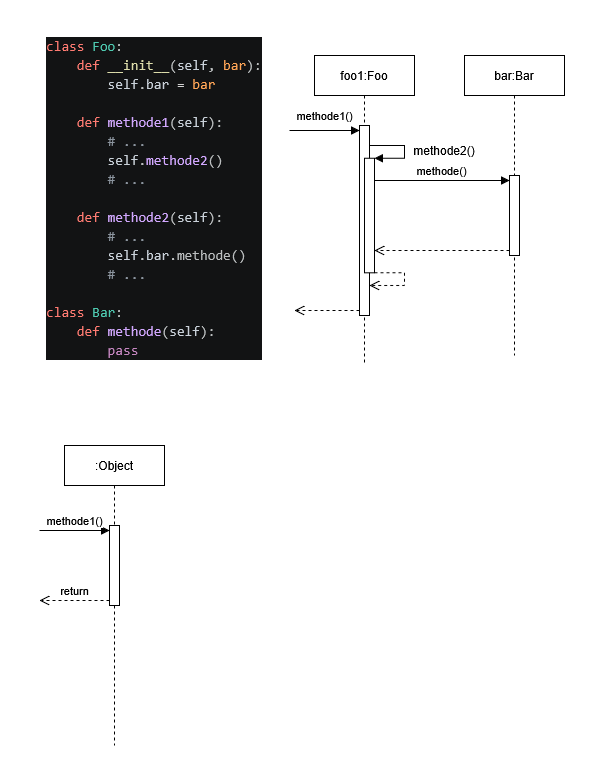
anbobm/TQ5-1 keeps this draw.io diagram as Kurstage/2026-04-02/Sequenzdiagramm.png. Above is the earlier version. Source tidied: cells renumbered, new cells last; positions are measured from the earlier drawing's top-left corner, leaving out a move shared by most shapes. Source of this version:
```xml
<mxGraphModel>
  <root>
    <mxCell id="0" />
    <mxCell id="1" parent="0" />
    <mxCell id="2" value="foo1:Foo" style="shape=umlLifeline;perimeter=lifelinePerimeter;whiteSpace=wrap;html=1;newEdgeStyle={&quot;curved&quot;:0,&quot;rounded&quot;:0};" parent="1" vertex="1">
      <mxGeometry x="275" y="25" width="100" height="310" as="geometry" />
    </mxCell>
    <mxCell id="3" style="html=1;points=[[0,0,0,0,5],[0,1,0,0,-5],[1,0,0,0,5],[1,1,0,0,-5]];perimeter=orthogonalPerimeter;outlineConnect=0;targetShapes=umlLifeline;portConstraint=eastwest;newEdgeStyle={&quot;curved&quot;:0,&quot;rounded&quot;:0};" parent="2" vertex="1">
      <mxGeometry x="45" y="70" width="10" height="190" as="geometry" />
    </mxCell>
    <mxCell id="4" value="methode1()" style="html=1;verticalAlign=bottom;endArrow=block;curved=0;rounded=0;entryX=0;entryY=0;entryDx=0;entryDy=5;" parent="2" edge="1" target="3">
      <mxGeometry y="5" relative="1" as="geometry">
        <mxPoint x="-25" y="75" as="sourcePoint" />
      </mxGeometry>
    </mxCell>
    <mxCell id="5" style="html=1;verticalAlign=bottom;endArrow=open;dashed=1;endSize=8;curved=0;rounded=0;exitX=0;exitY=1;exitDx=0;exitDy=-5;" parent="2" edge="1" source="3">
      <mxGeometry relative="1" as="geometry">
        <mxPoint x="-20" y="255" as="targetPoint" />
      </mxGeometry>
    </mxCell>
    <mxCell id="6" value="bar:Bar" style="shape=umlLifeline;perimeter=lifelinePerimeter;whiteSpace=wrap;html=1;newEdgeStyle={&quot;curved&quot;:0,&quot;rounded&quot;:0};" parent="1" vertex="1">
      <mxGeometry x="425" y="25" width="100" height="300" as="geometry" />
    </mxCell>
    <mxCell id="7" style="html=1;points=[[0,0,0,0,5],[0,1,0,0,-5],[1,0,0,0,5],[1,1,0,0,-5]];perimeter=orthogonalPerimeter;outlineConnect=0;targetShapes=umlLifeline;portConstraint=eastwest;newEdgeStyle={&quot;curved&quot;:0,&quot;rounded&quot;:0};" parent="6" vertex="1">
      <mxGeometry x="45" y="120" width="10" height="80" as="geometry" />
    </mxCell>
    <mxCell id="8" value="&lt;div style=&quot;color: #bbbebf;background-color: #121314;font-family: Consolas, 'Courier New', monospace;font-weight: normal;font-size: 14px;line-height: 19px;white-space: pre;&quot;&gt;&lt;div&gt;&lt;span style=&quot;color: #ff7b72;&quot;&gt;class&lt;/span&gt;&lt;span style=&quot;color: #bbbebf;&quot;&gt; &lt;/span&gt;&lt;span style=&quot;color: #4ec9b0;&quot;&gt;Foo&lt;/span&gt;&lt;span style=&quot;color: #bbbebf;&quot;&gt;:&lt;/span&gt;&lt;/div&gt;&lt;div&gt;&lt;span style=&quot;color: #bbbebf;&quot;&gt;&amp;nbsp; &amp;nbsp; &lt;/span&gt;&lt;span style=&quot;color: #ff7b72;&quot;&gt;def&lt;/span&gt;&lt;span style=&quot;color: #bbbebf;&quot;&gt; &lt;/span&gt;&lt;span style=&quot;color: #dcdcaa;&quot;&gt;__init__&lt;/span&gt;&lt;span style=&quot;color: #bbbebf;&quot;&gt;(&lt;/span&gt;&lt;span style=&quot;color: #c9d1d9;&quot;&gt;self&lt;/span&gt;&lt;span style=&quot;color: #bbbebf;&quot;&gt;, &lt;/span&gt;&lt;span style=&quot;color: #ffa657;&quot;&gt;bar&lt;/span&gt;&lt;span style=&quot;color: #bbbebf;&quot;&gt;):&lt;/span&gt;&lt;/div&gt;&lt;div&gt;&lt;span style=&quot;color: #bbbebf;&quot;&gt;&amp;nbsp; &amp;nbsp; &amp;nbsp; &amp;nbsp; &lt;/span&gt;&lt;span style=&quot;color: #c9d1d9;&quot;&gt;self&lt;/span&gt;&lt;span style=&quot;color: #bbbebf;&quot;&gt;.&lt;/span&gt;&lt;span style=&quot;color: #c9d1d9;&quot;&gt;bar&lt;/span&gt;&lt;span style=&quot;color: #bbbebf;&quot;&gt; &lt;/span&gt;&lt;span style=&quot;color: #d4d4d4;&quot;&gt;=&lt;/span&gt;&lt;span style=&quot;color: #bbbebf;&quot;&gt; &lt;/span&gt;&lt;span style=&quot;color: #ffa657;&quot;&gt;bar&lt;/span&gt;&lt;/div&gt;&lt;br&gt;&lt;div&gt;&lt;span style=&quot;color: #bbbebf;&quot;&gt;&amp;nbsp; &amp;nbsp; &lt;/span&gt;&lt;span style=&quot;color: #ff7b72;&quot;&gt;def&lt;/span&gt;&lt;span style=&quot;color: #bbbebf;&quot;&gt; &lt;/span&gt;&lt;span style=&quot;color: #d2a8ff;&quot;&gt;methode1&lt;/span&gt;&lt;span style=&quot;color: #bbbebf;&quot;&gt;(&lt;/span&gt;&lt;span style=&quot;color: #c9d1d9;&quot;&gt;self&lt;/span&gt;&lt;span style=&quot;color: #bbbebf;&quot;&gt;):&lt;/span&gt;&lt;/div&gt;&lt;div&gt;&lt;span style=&quot;color: #bbbebf;&quot;&gt;&amp;nbsp; &amp;nbsp; &amp;nbsp; &amp;nbsp; &lt;/span&gt;&lt;span style=&quot;color: #8b949e;&quot;&gt;# ...&lt;/span&gt;&lt;/div&gt;&lt;div&gt;&lt;span style=&quot;color: #bbbebf;&quot;&gt;&amp;nbsp; &amp;nbsp; &amp;nbsp; &amp;nbsp; &lt;/span&gt;&lt;span style=&quot;color: #c9d1d9;&quot;&gt;self&lt;/span&gt;&lt;span style=&quot;color: #bbbebf;&quot;&gt;.&lt;/span&gt;&lt;span style=&quot;color: #d2a8ff;&quot;&gt;methode2&lt;/span&gt;&lt;span style=&quot;color: #bbbebf;&quot;&gt;()&lt;/span&gt;&lt;/div&gt;&lt;div&gt;&lt;span style=&quot;color: #bbbebf;&quot;&gt;&amp;nbsp; &amp;nbsp; &amp;nbsp; &amp;nbsp; &lt;/span&gt;&lt;span style=&quot;color: #8b949e;&quot;&gt;# ...&lt;/span&gt;&lt;/div&gt;&lt;div&gt;&lt;span style=&quot;color: #bbbebf;&quot;&gt;&amp;nbsp; &amp;nbsp; &lt;/span&gt;&lt;/div&gt;&lt;div&gt;&lt;span style=&quot;color: #bbbebf;&quot;&gt;&amp;nbsp; &amp;nbsp; &lt;/span&gt;&lt;span style=&quot;color: #ff7b72;&quot;&gt;def&lt;/span&gt;&lt;span style=&quot;color: #bbbebf;&quot;&gt; &lt;/span&gt;&lt;span style=&quot;color: #d2a8ff;&quot;&gt;methode2&lt;/span&gt;&lt;span style=&quot;color: #bbbebf;&quot;&gt;(&lt;/span&gt;&lt;span style=&quot;color: #c9d1d9;&quot;&gt;self&lt;/span&gt;&lt;span style=&quot;color: #bbbebf;&quot;&gt;):&lt;/span&gt;&lt;/div&gt;&lt;div&gt;&lt;span style=&quot;color: #bbbebf;&quot;&gt;&amp;nbsp; &amp;nbsp; &amp;nbsp; &amp;nbsp; &lt;/span&gt;&lt;span style=&quot;color: #8b949e;&quot;&gt;# ...&lt;/span&gt;&lt;/div&gt;&lt;div&gt;&lt;span style=&quot;color: #bbbebf;&quot;&gt;&amp;nbsp; &amp;nbsp; &amp;nbsp; &amp;nbsp; &lt;/span&gt;&lt;span style=&quot;color: #c9d1d9;&quot;&gt;self&lt;/span&gt;&lt;span style=&quot;color: #bbbebf;&quot;&gt;.&lt;/span&gt;&lt;span style=&quot;color: #c9d1d9;&quot;&gt;bar&lt;/span&gt;&lt;span style=&quot;color: #bbbebf;&quot;&gt;.methode()&lt;/span&gt;&lt;/div&gt;&lt;div&gt;&lt;span style=&quot;color: #bbbebf;&quot;&gt;&amp;nbsp; &amp;nbsp; &amp;nbsp; &amp;nbsp; &lt;/span&gt;&lt;span style=&quot;color: #8b949e;&quot;&gt;# ...&lt;/span&gt;&lt;/div&gt;&lt;br&gt;&lt;div&gt;&lt;span style=&quot;color: #ff7b72;&quot;&gt;class&lt;/span&gt;&lt;span style=&quot;color: #bbbebf;&quot;&gt; &lt;/span&gt;&lt;span style=&quot;color: #4ec9b0;&quot;&gt;Bar&lt;/span&gt;&lt;span style=&quot;color: #bbbebf;&quot;&gt;:&lt;/span&gt;&lt;/div&gt;&lt;div&gt;&lt;span style=&quot;color: #bbbebf;&quot;&gt;&amp;nbsp; &amp;nbsp; &lt;/span&gt;&lt;span style=&quot;color: #ff7b72;&quot;&gt;def&lt;/span&gt;&lt;span style=&quot;color: #bbbebf;&quot;&gt; &lt;/span&gt;&lt;span style=&quot;color: #d2a8ff;&quot;&gt;methode&lt;/span&gt;&lt;span style=&quot;color: #bbbebf;&quot;&gt;(&lt;/span&gt;&lt;span style=&quot;color: #c9d1d9;&quot;&gt;self&lt;/span&gt;&lt;span style=&quot;color: #bbbebf;&quot;&gt;):&lt;/span&gt;&lt;/div&gt;&lt;div&gt;&lt;span style=&quot;color: #bbbebf;&quot;&gt;&amp;nbsp; &amp;nbsp; &amp;nbsp; &amp;nbsp; &lt;/span&gt;&lt;span style=&quot;color: #c586c0;&quot;&gt;pass&lt;/span&gt;&lt;/div&gt;&lt;/div&gt;" style="text;whiteSpace=wrap;html=1;" parent="1" vertex="1">
      <mxGeometry x="5" width="250" height="350" as="geometry" />
    </mxCell>
    <mxCell id="9" style="group;" parent="1" vertex="1">
      <mxGeometry x="325" y="115" width="40" height="140" as="geometry" />
    </mxCell>
    <mxCell id="10" style="html=1;points=[[0,0,0,0,5],[0,1,0,0,-5],[1,0,0,0,5],[1,1,0,0,-5]];perimeter=orthogonalPerimeter;outlineConnect=0;targetShapes=umlLifeline;portConstraint=eastwest;newEdgeStyle={&quot;curved&quot;:0,&quot;rounded&quot;:0};" parent="9" vertex="1">
      <mxGeometry y="12.7" width="10" height="114.5" as="geometry" />
    </mxCell>
    <mxCell id="11" style="html=1;verticalAlign=bottom;endArrow=block;curved=0;rounded=0;" parent="9" edge="1" target="10">
      <mxGeometry x="-0.31" y="5" relative="1" as="geometry">
        <mxPoint x="5" as="sourcePoint" />
        <Array as="points">
          <mxPoint x="40" />
          <mxPoint x="40" y="12.7" />
        </Array>
      </mxGeometry>
    </mxCell>
    <mxCell id="12" style="html=1;verticalAlign=bottom;endArrow=open;dashed=1;endSize=8;curved=0;rounded=0;" parent="9" edge="1">
      <mxGeometry relative="1" as="geometry">
        <mxPoint x="10" y="127.3" as="sourcePoint" />
        <mxPoint x="5" y="140" as="targetPoint" />
        <Array as="points">
          <mxPoint x="40" y="127.3" />
          <mxPoint x="40" y="140" />
        </Array>
      </mxGeometry>
    </mxCell>
    <mxCell id="13" value=":Object" style="shape=umlLifeline;perimeter=lifelinePerimeter;whiteSpace=wrap;html=1;newEdgeStyle={&quot;curved&quot;:0,&quot;rounded&quot;:0};" parent="1" vertex="1">
      <mxGeometry x="25" y="415" width="100" height="300" as="geometry" />
    </mxCell>
    <mxCell id="14" style="html=1;points=[[0,0,0,0,5],[0,1,0,0,-5],[1,0,0,0,5],[1,1,0,0,-5]];perimeter=orthogonalPerimeter;outlineConnect=0;targetShapes=umlLifeline;portConstraint=eastwest;newEdgeStyle={&quot;curved&quot;:0,&quot;rounded&quot;:0};" parent="13" vertex="1">
      <mxGeometry x="45" y="80" width="10" height="80" as="geometry" />
    </mxCell>
    <mxCell id="15" value="methode1()" style="html=1;verticalAlign=bottom;endArrow=block;curved=0;rounded=0;entryX=0;entryY=0;entryDx=0;entryDy=5;" parent="13" edge="1" target="14">
      <mxGeometry relative="1" as="geometry">
        <mxPoint x="-25" y="85" as="sourcePoint" />
      </mxGeometry>
    </mxCell>
    <mxCell id="16" value="return" style="html=1;verticalAlign=bottom;endArrow=open;dashed=1;endSize=8;curved=0;rounded=0;exitX=0;exitY=1;exitDx=0;exitDy=-5;" parent="13" edge="1" source="14">
      <mxGeometry relative="1" as="geometry">
        <mxPoint x="-25" y="155" as="targetPoint" />
      </mxGeometry>
    </mxCell>
    <mxCell id="17" value="methode2()" style="text;html=1;whiteSpace=wrap;strokeColor=none;fillColor=none;align=center;verticalAlign=middle;rounded=0;" parent="1" vertex="1">
      <mxGeometry x="375" y="105" width="60" height="30" as="geometry" />
    </mxCell>
    <mxCell id="18" value="methode()" style="html=1;verticalAlign=bottom;endArrow=block;curved=0;rounded=0;entryX=0;entryY=0;entryDx=0;entryDy=5;" parent="1" edge="1" source="10" target="7">
      <mxGeometry relative="1" as="geometry" />
    </mxCell>
    <mxCell id="19" style="html=1;verticalAlign=bottom;endArrow=open;dashed=1;endSize=8;curved=0;rounded=0;exitX=0;exitY=1;exitDx=0;exitDy=-5;" parent="1" edge="1" source="7" target="10">
      <mxGeometry relative="1" as="geometry" />
    </mxCell>
  </root>
</mxGraphModel>
```
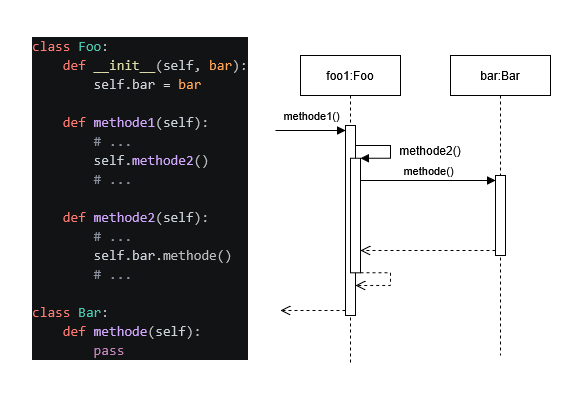
The same file after the commit.

Commit message:
Sequenzdiagramm überarbeitet

The edit, as a diff of the source:
```diff
@@ -52,22 +52,6 @@
         </Array>
       </mxGeometry>
     </mxCell>
-    <mxCell id="13" value=":Object" style="shape=umlLifeline;perimeter=lifelinePerimeter;whiteSpace=wrap;html=1;newEdgeStyle={&quot;curved&quot;:0,&quot;rounded&quot;:0};" parent="1" vertex="1">
-      <mxGeometry x="25" y="415" width="100" height="300" as="geometry" />
-    </mxCell>
-    <mxCell id="14" style="html=1;points=[[0,0,0,0,5],[0,1,0,0,-5],[1,0,0,0,5],[1,1,0,0,-5]];perimeter=orthogonalPerimeter;outlineConnect=0;targetShapes=umlLifeline;portConstraint=eastwest;newEdgeStyle={&quot;curved&quot;:0,&quot;rounded&quot;:0};" parent="13" vertex="1">
-      <mxGeometry x="45" y="80" width="10" height="80" as="geometry" />
-    </mxCell>
-    <mxCell id="15" value="methode1()" style="html=1;verticalAlign=bottom;endArrow=block;curved=0;rounded=0;entryX=0;entryY=0;entryDx=0;entryDy=5;" parent="13" edge="1" target="14">
-      <mxGeometry relative="1" as="geometry">
-        <mxPoint x="-25" y="85" as="sourcePoint" />
-      </mxGeometry>
-    </mxCell>
-    <mxCell id="16" value="return" style="html=1;verticalAlign=bottom;endArrow=open;dashed=1;endSize=8;curved=0;rounded=0;exitX=0;exitY=1;exitDx=0;exitDy=-5;" parent="13" edge="1" source="14">
-      <mxGeometry relative="1" as="geometry">
-        <mxPoint x="-25" y="155" as="targetPoint" />
-      </mxGeometry>
-    </mxCell>
     <mxCell id="17" value="methode2()" style="text;html=1;whiteSpace=wrap;strokeColor=none;fillColor=none;align=center;verticalAlign=middle;rounded=0;" parent="1" vertex="1">
       <mxGeometry x="375" y="105" width="60" height="30" as="geometry" />
     </mxCell>
```
